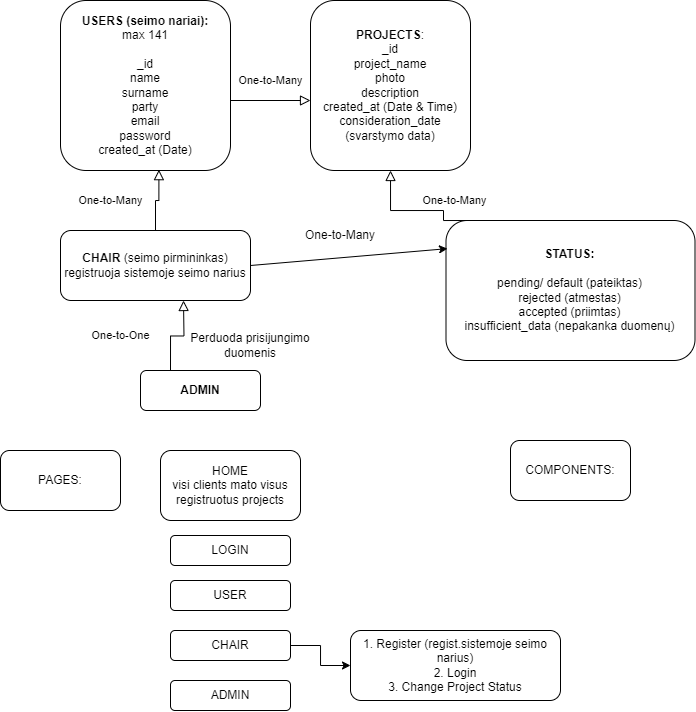
Before: 2025-03-25_final-Project/Planas_final-pproject.png, a diagram exported from draw.io (Agne-Jazdauskiene/VCS_JavaScript-Fullstack). Source tidied: cells renumbered, new cells last; positions are measured from the earlier drawing's top-left corner, leaving out a move shared by most shapes.
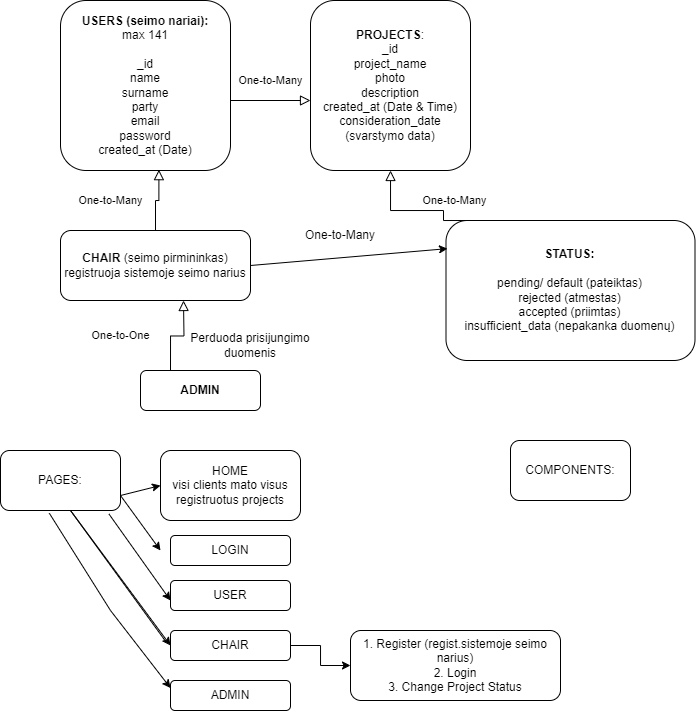
After the change.

The edit, as a diff of the source:
```diff
@@ -79,5 +79,34 @@
     <mxCell id="22" value="Perduoda prisijungimo duomenis" style="text;html=1;align=center;verticalAlign=middle;whiteSpace=wrap;rounded=0;" parent="1" vertex="1">
       <mxGeometry x="180" y="330" width="140" height="30" as="geometry" />
     </mxCell>
+    <mxCell id="23" style="endArrow=classic;html=1;rounded=0;entryX=0;entryY=0.5;entryDx=0;entryDy=0;" parent="1" edge="1" target="11">
+      <mxGeometry relative="1" as="geometry">
+        <mxPoint x="120" y="495" as="sourcePoint" />
+      </mxGeometry>
+    </mxCell>
+    <mxCell id="24" style="endArrow=classic;html=1;rounded=0;exitX=1;exitY=0.75;exitDx=0;exitDy=0;" parent="1" edge="1" source="12">
+      <mxGeometry relative="1" as="geometry">
+        <mxPoint x="160" y="550" as="targetPoint" />
+      </mxGeometry>
+    </mxCell>
+    <mxCell id="25" style="endArrow=classic;html=1;rounded=0;exitX=0.903;exitY=1.056;exitDx=0;exitDy=0;exitPerimeter=0;" parent="1" edge="1" source="12">
+      <mxGeometry relative="1" as="geometry">
+        <mxPoint x="170" y="600" as="targetPoint" />
+      </mxGeometry>
+    </mxCell>
+    <mxCell id="26" style="endArrow=classic;html=1;rounded=0;entryX=0;entryY=0.5;entryDx=0;entryDy=0;exitX=-0.038;exitY=0.376;exitDx=0;exitDy=0;exitPerimeter=0;" parent="1" edge="1" source="17" target="17">
+      <mxGeometry relative="1" as="geometry">
+        <Array as="points">
+          <mxPoint x="70" y="510" />
+        </Array>
+      </mxGeometry>
+    </mxCell>
+    <mxCell id="27" style="endArrow=classic;html=1;rounded=0;entryX=0;entryY=0.25;entryDx=0;entryDy=0;exitX=0.407;exitY=1.046;exitDx=0;exitDy=0;exitPerimeter=0;" parent="1" edge="1" source="12" target="18">
+      <mxGeometry relative="1" as="geometry">
+        <Array as="points">
+          <mxPoint x="110" y="610" />
+        </Array>
+      </mxGeometry>
+    </mxCell>
   </root>
 </mxGraphModel>
```
